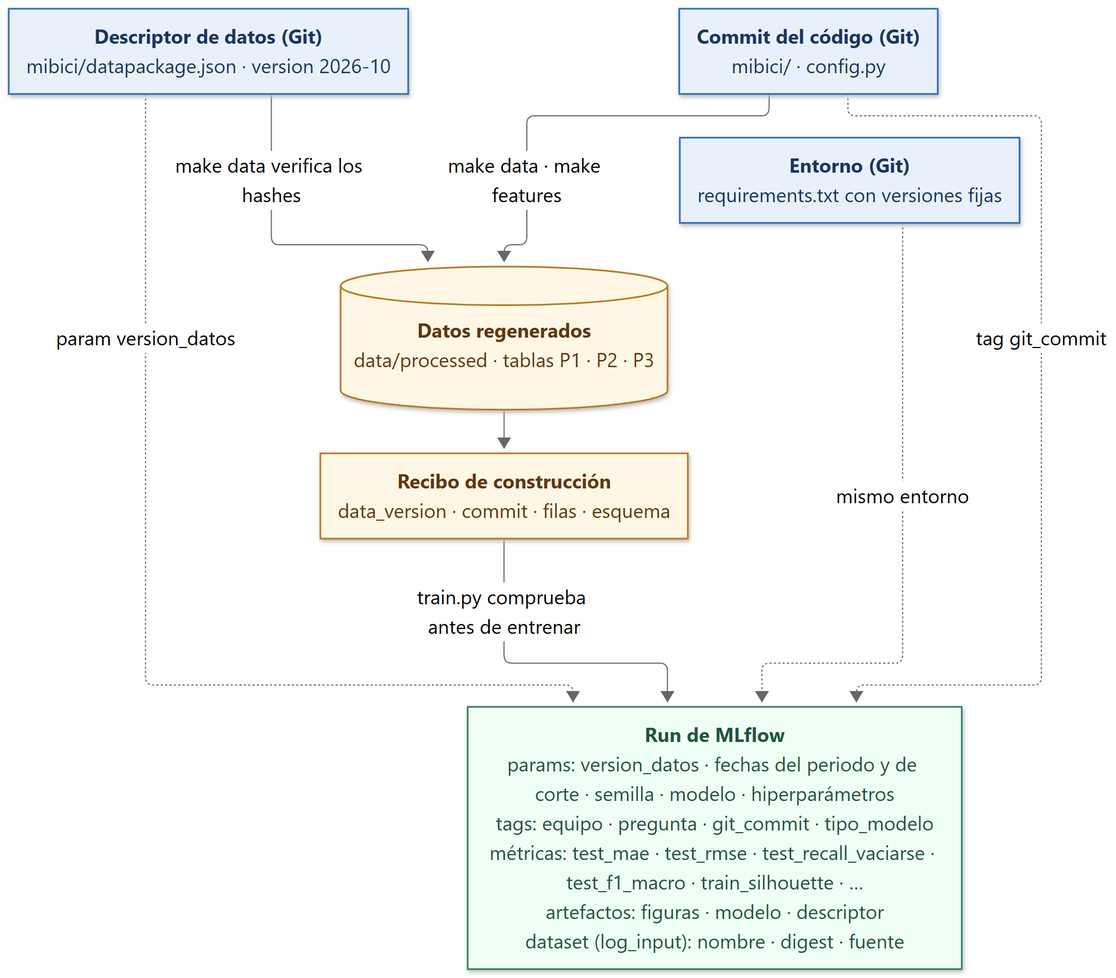
Before: references/trazabilidad.png, a diagram exported from Mermaid (WillSagzz/TC5061-Proyecto-Equipo10). Its source is kept beside it as references/trazabilidad.mmd.
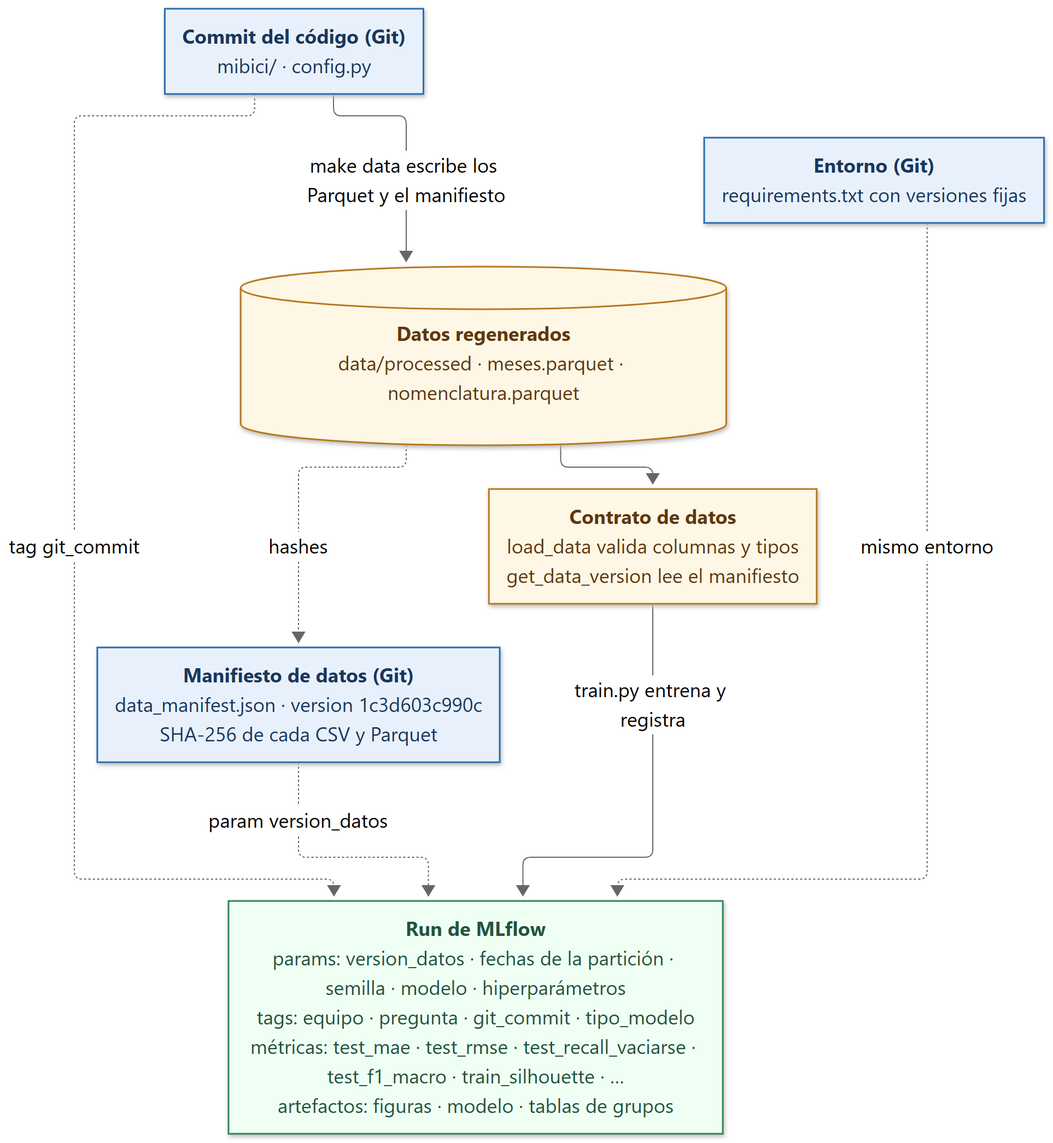
After the change.

The edit, as a diff of the source:
```diff
@@ -1,19 +1,19 @@
 flowchart TB
 
-  MAN["<b>Descriptor de datos (Git)</b><br/>mibici/datapackage.json · version 2026-10"]
+  MAN["<b>Manifiesto de datos (Git)</b><br/>data_manifest.json · version 1c3d603c990c<br/>SHA-256 de cada CSV y Parquet"]
   COMMIT["<b>Commit del código (Git)</b><br/>mibici/ · config.py"]
   REQ["<b>Entorno (Git)</b><br/>requirements.txt con versiones fijas"]
 
-  DATA[("<b>Datos regenerados</b><br/>data/processed · tablas P1 · P2 · P3")]
-  RECEIPT["<b>Recibo de construcción</b><br/>data_version · commit · filas · esquema"]
+  DATA[("<b>Datos regenerados</b><br/>data/processed · meses.parquet · nomenclatura.parquet")]
+  CHECK["<b>Contrato de datos</b><br/>load_data valida columnas y tipos<br/>get_data_version lee el manifiesto"]
 
-  RUN["<b>Run de MLflow</b><br/>params: version_datos · fechas del periodo y de corte · semilla · modelo · hiperparámetros<br/>tags: equipo · pregunta · git_commit · tipo_modelo<br/>métricas: test_mae · test_rmse · test_recall_vaciarse · test_f1_macro · train_silhouette · …<br/>artefactos: figuras · modelo · descriptor<br/>dataset (log_input): nombre · digest · fuente"]
+  RUN["<b>Run de MLflow</b><br/>params: version_datos · fechas de la partición · semilla · modelo · hiperparámetros<br/>tags: equipo · pregunta · git_commit · tipo_modelo<br/>métricas: test_mae · test_rmse · test_recall_vaciarse · test_f1_macro · train_silhouette · …<br/>artefactos: figuras · modelo · tablas de grupos"]
 
-  MAN -- "make data verifica los hashes" --> DATA
-  COMMIT -- "make data · make features" --> DATA
+  COMMIT -- "make data escribe los Parquet y el manifiesto" --> DATA
+  DATA -. "hashes" .-> MAN
   REQ ~~~ DATA
-  DATA --> RECEIPT
-  RECEIPT -- "train.py comprueba antes de entrenar" --> RUN
+  DATA --> CHECK
+  CHECK -- "train.py entrena y registra" --> RUN
   MAN -. "param version_datos" .-> RUN
   COMMIT -. "tag git_commit" .-> RUN
   REQ -. "mismo entorno" .-> RUN
@@ -22,5 +22,5 @@
   classDef local fill:#fff7e6,stroke:#b7791f,stroke-width:1.5px,color:#5f370e
   classDef run fill:#f0fff4,stroke:#2f855a,stroke-width:1.5px,color:#22543d
   class MAN,COMMIT,REQ git
-  class DATA,RECEIPT local
+  class DATA,CHECK local
   class RUN run
```
